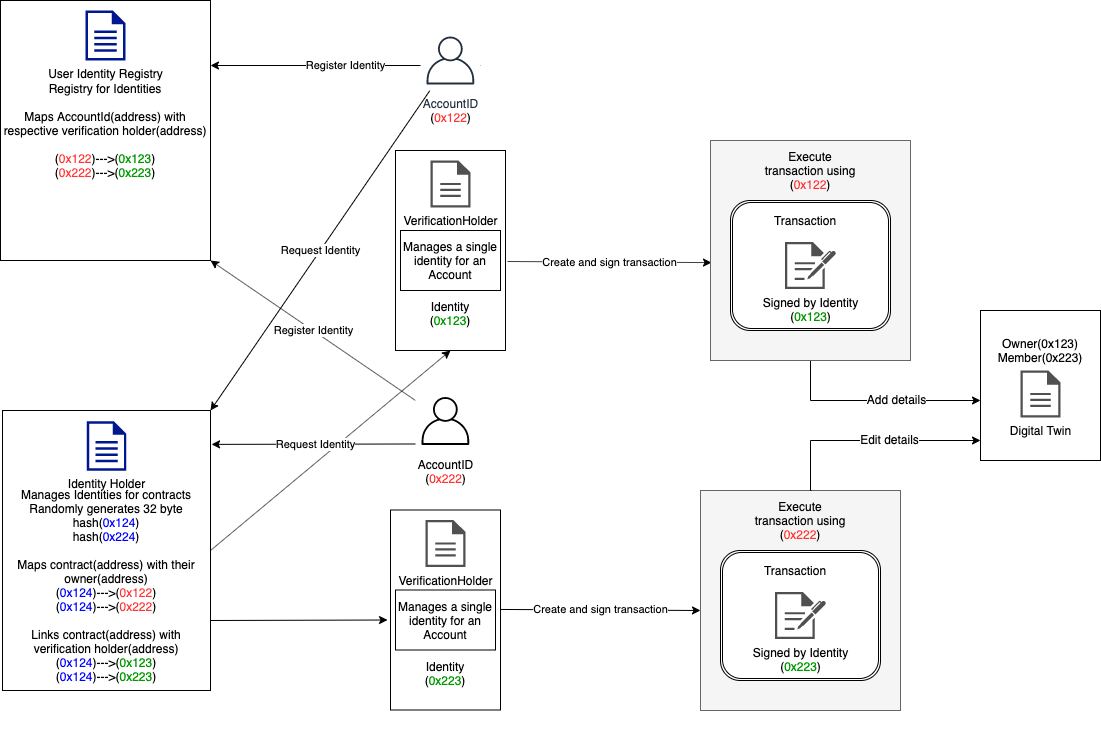
This is docs/4000_developers/4100_concepts/img/Identity_transaction_flow.png from evannetwork/evannetwork.github.io, a draw.io export, as it was before one commit. Source tidied: cells renumbered, new cells last; positions are measured from the earlier drawing's top-left corner, leaving out a move shared by most shapes.
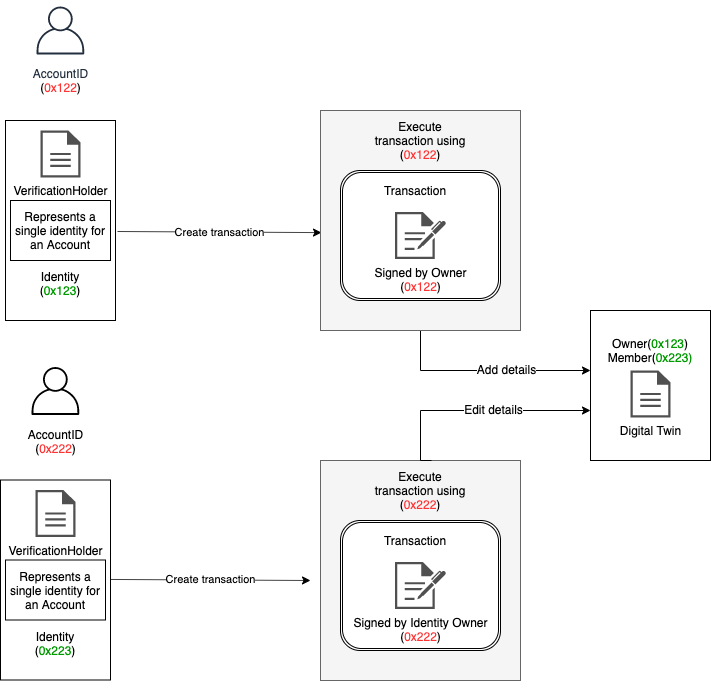
Above is the later version.

What changed in the source:
```diff
@@ -2,38 +2,9 @@
   <root>
     <mxCell id="0" />
     <mxCell id="1" parent="0" />
-    <mxCell id="2" value="Owner(0x123)&lt;br&gt;Member(0x223)&lt;br&gt;&lt;br&gt;&lt;br&gt;&lt;br&gt;&lt;br&gt;&lt;br&gt;" style="rounded=0;whiteSpace=wrap;html=1;" parent="1" vertex="1">
-      <mxGeometry x="980" y="310" width="120" height="150" as="geometry" />
+    <mxCell id="2" value="Owner(&lt;font color=&quot;#009900&quot;&gt;0x123&lt;/font&gt;)&lt;br&gt;Member(&lt;font color=&quot;#009900&quot;&gt;0x223)&lt;br&gt;&lt;/font&gt;&lt;br&gt;&lt;br&gt;&lt;br&gt;&lt;br&gt;&lt;br&gt;" style="rounded=0;whiteSpace=wrap;html=1;" parent="1" vertex="1">
+      <mxGeometry x="980" y="340" width="120" height="150" as="geometry" />
     </mxCell>
-    <mxCell id="3" style="group;" parent="1" vertex="1">
-      <mxGeometry x="2" y="410" width="208" height="280" as="geometry" />
-    </mxCell>
-    <mxCell id="4" value="&lt;br&gt;&lt;br&gt;&lt;br&gt;&lt;br&gt;&lt;br&gt;Manages Identities for contracts&lt;br&gt;Randomly generates 32 byte hash(&lt;font color=&quot;#0000ff&quot;&gt;0x124&lt;/font&gt;)&lt;br&gt;hash(&lt;font color=&quot;#0000ff&quot;&gt;0x224&lt;/font&gt;)&lt;br&gt;&lt;br&gt;Maps contract(address) with their owner(address)&lt;br&gt;(&lt;font color=&quot;#0000ff&quot;&gt;0x124&lt;/font&gt;)---&amp;gt;(&lt;font color=&quot;#ff3333&quot;&gt;0x122&lt;/font&gt;)&lt;br&gt;(&lt;font color=&quot;#0000ff&quot;&gt;0x124&lt;/font&gt;)---&amp;gt;(&lt;font color=&quot;#ff3333&quot;&gt;0x222&lt;/font&gt;)&lt;br&gt;&lt;br&gt;Links contract(address) with verification holder(address)&lt;br&gt;(&lt;font color=&quot;#0000ff&quot;&gt;0x124&lt;/font&gt;)---&amp;gt;(&lt;font color=&quot;#009900&quot;&gt;0x123&lt;/font&gt;)&lt;br&gt;(&lt;font color=&quot;#0000ff&quot;&gt;0x124&lt;/font&gt;)---&amp;gt;(&lt;font color=&quot;#009900&quot;&gt;0x223&lt;/font&gt;)" style="rounded=0;whiteSpace=wrap;html=1;" parent="3" vertex="1">
-      <mxGeometry width="208" height="280" as="geometry" />
-    </mxCell>
-    <mxCell id="5" value="Identity Holder" style="shadow=0;dashed=0;html=1;strokeColor=none;labelPosition=center;verticalLabelPosition=bottom;verticalAlign=top;align=center;fillColor=#00188D;shape=mxgraph.mscae.enterprise.document;" parent="3" vertex="1">
-      <mxGeometry x="84.2" y="10.8" width="39.6" height="49.5" as="geometry" />
-    </mxCell>
-    <mxCell id="6" style="group;" parent="1" vertex="1">
-      <mxGeometry width="210" height="260" as="geometry" />
-    </mxCell>
-    <mxCell id="7" value="Registry for Identities&lt;br&gt;&lt;br&gt;Maps AccountId(address) with respective verification holder(address)&lt;br&gt;&lt;br&gt;(&lt;font color=&quot;#ff3333&quot;&gt;0x122&lt;/font&gt;)---&amp;gt;(&lt;font color=&quot;#009900&quot;&gt;0x123&lt;/font&gt;)&lt;br&gt;(&lt;font color=&quot;#ff3333&quot;&gt;0x222&lt;/font&gt;)---&amp;gt;(&lt;font color=&quot;#009900&quot;&gt;0x223&lt;/font&gt;)" style="rounded=0;whiteSpace=wrap;html=1;" parent="6" vertex="1">
-      <mxGeometry width="210" height="260" as="geometry" />
-    </mxCell>
-    <mxCell id="8" value="User Identity Registry" style="shadow=0;dashed=0;html=1;strokeColor=none;labelPosition=center;verticalLabelPosition=bottom;verticalAlign=top;align=center;fillColor=#00188D;shape=mxgraph.mscae.enterprise.document;" parent="6" vertex="1">
-      <mxGeometry x="85" y="10" width="40" height="50" as="geometry" />
-    </mxCell>
-    <mxCell id="9" value="Request Identity" style="endArrow=classic;html=1;entryX=1;entryY=0;entryDx=0;entryDy=0;" parent="1" edge="1" source="13" target="4">
-      <mxGeometry relative="1" as="geometry" />
-    </mxCell>
-    <mxCell id="10" style="endArrow=classic;html=1;exitX=1;exitY=0.5;exitDx=0;exitDy=0;entryX=0.5;entryY=1;entryDx=0;entryDy=0;" parent="1" edge="1" source="4" target="15">
-      <mxGeometry relative="1" as="geometry" />
-    </mxCell>
-    <mxCell id="11" value="Register Identity" style="endArrow=classic;html=1;entryX=1;entryY=0.25;entryDx=0;entryDy=0;" parent="1" edge="1" target="7">
-      <mxGeometry relative="1" as="geometry">
-        <mxPoint x="480" y="65" as="sourcePoint" />
-      </mxGeometry>
-    </mxCell>
     <mxCell id="12" style="group;" parent="1" vertex="1">
       <mxGeometry x="395" y="30" width="110" height="320" as="geometry" />
     </mxCell>
@@ -49,10 +20,10 @@
     <mxCell id="16" value="VerificationHolder" style="shadow=0;dashed=0;html=1;strokeColor=none;fillColor=#505050;labelPosition=center;verticalLabelPosition=bottom;verticalAlign=top;align=center;shape=mxgraph.office.concepts.document;" parent="14" vertex="1">
       <mxGeometry x="35" y="10" width="40" height="47" as="geometry" />
     </mxCell>
-    <mxCell id="17" value="Manages a single identity for an Account" style="rounded=0;whiteSpace=wrap;html=1;" parent="14" vertex="1">
+    <mxCell id="17" value="Represents a single identity for an Account" style="rounded=0;whiteSpace=wrap;html=1;" parent="14" vertex="1">
       <mxGeometry x="5" y="80" width="100" height="60" as="geometry" />
     </mxCell>
-    <mxCell id="18" value="Create and sign transaction" style="endArrow=classic;html=1;exitX=1.018;exitY=0.555;exitDx=0;exitDy=0;exitPerimeter=0;entryX=0.005;entryY=0.555;entryDx=0;entryDy=0;entryPerimeter=0;" parent="1" edge="1" source="15" target="33">
+    <mxCell id="18" value="Create transaction" style="endArrow=classic;html=1;exitX=1.018;exitY=0.555;exitDx=0;exitDy=0;exitPerimeter=0;entryX=0.005;entryY=0.555;entryDx=0;entryDy=0;entryPerimeter=0;" parent="1" edge="1" source="15" target="33">
       <mxGeometry relative="1" as="geometry" />
     </mxCell>
     <mxCell id="19" style="edgeStyle=orthogonalEdgeStyle;rounded=0;orthogonalLoop=1;jettySize=auto;html=1;" parent="1" edge="1">
@@ -70,17 +41,8 @@
       </mxGeometry>
     </mxCell>
     <mxCell id="21" value="Digital Twin" style="shadow=0;dashed=0;html=1;strokeColor=none;fillColor=#505050;labelPosition=center;verticalLabelPosition=bottom;verticalAlign=top;align=center;shape=mxgraph.office.concepts.document;" parent="1" vertex="1">
-      <mxGeometry x="1020" y="370" width="40" height="47" as="geometry" />
+      <mxGeometry x="1020" y="400" width="40" height="47" as="geometry" />
     </mxCell>
-    <mxCell id="22" value="Register Identity" style="endArrow=classic;html=1;entryX=1;entryY=1;entryDx=0;entryDy=0;" parent="1" edge="1" source="26" target="7">
-      <mxGeometry relative="1" as="geometry" />
-    </mxCell>
-    <mxCell id="23" style="endArrow=classic;html=1;exitX=1;exitY=0.75;exitDx=0;exitDy=0;entryX=-0.027;entryY=0.55;entryDx=0;entryDy=0;entryPerimeter=0;" parent="1" edge="1" source="4" target="28">
-      <mxGeometry relative="1" as="geometry" />
-    </mxCell>
-    <mxCell id="24" value="Request Identity" style="endArrow=classic;html=1;entryX=1.005;entryY=0.121;entryDx=0;entryDy=0;entryPerimeter=0;exitX=0.05;exitY=0.883;exitDx=0;exitDy=0;exitPerimeter=0;" parent="1" edge="1" source="26" target="4">
-      <mxGeometry relative="1" as="geometry" />
-    </mxCell>
     <mxCell id="25" style="group;" parent="1" vertex="1">
       <mxGeometry x="390" y="390.5" width="110" height="319" as="geometry" />
     </mxCell>
@@ -96,7 +58,7 @@
     <mxCell id="29" value="VerificationHolder" style="shadow=0;dashed=0;html=1;strokeColor=none;fillColor=#505050;labelPosition=center;verticalLabelPosition=bottom;verticalAlign=top;align=center;shape=mxgraph.office.concepts.document;" parent="27" vertex="1">
       <mxGeometry x="35" y="10" width="40" height="47" as="geometry" />
     </mxCell>
-    <mxCell id="30" value="Manages a single identity for an Account" style="rounded=0;whiteSpace=wrap;html=1;" parent="27" vertex="1">
+    <mxCell id="30" value="Represents a single identity for an Account" style="rounded=0;whiteSpace=wrap;html=1;" parent="27" vertex="1">
       <mxGeometry x="5" y="80" width="100" height="60" as="geometry" />
     </mxCell>
     <mxCell id="31" style="group;" parent="1" vertex="1">
@@ -117,14 +79,14 @@
     <mxCell id="36" style="shape=ext;rounded=1;html=1;whiteSpace=wrap;double=1;" parent="35" vertex="1">
       <mxGeometry width="160" height="130" as="geometry" />
     </mxCell>
-    <mxCell id="37" value="Signed by Identity&lt;br&gt;(&lt;font color=&quot;#009900&quot;&gt;0x123&lt;/font&gt;)" style="shadow=0;dashed=0;html=1;strokeColor=none;fillColor=#505050;labelPosition=center;verticalLabelPosition=bottom;verticalAlign=top;align=center;shape=mxgraph.office.concepts.sign_up;" parent="35" vertex="1">
+    <mxCell id="37" value="Signed by Owner&lt;br&gt;(&lt;font color=&quot;#ff3333&quot;&gt;0x122&lt;/font&gt;)" style="shadow=0;dashed=0;html=1;strokeColor=none;fillColor=#505050;labelPosition=center;verticalLabelPosition=bottom;verticalAlign=top;align=center;shape=mxgraph.office.concepts.sign_up;" parent="35" vertex="1">
       <mxGeometry x="54.5" y="41.5" width="51" height="47" as="geometry" />
     </mxCell>
     <mxCell id="38" value="Transaction" style="text;html=1;strokeColor=none;fillColor=none;align=center;verticalAlign=middle;whiteSpace=wrap;rounded=0;" parent="35" vertex="1">
       <mxGeometry x="54.5" y="10" width="40" height="20" as="geometry" />
     </mxCell>
     <mxCell id="39" style="group;" parent="1" vertex="1">
-      <mxGeometry x="700" y="490" width="210" height="239" as="geometry" />
+      <mxGeometry x="710" y="490" width="210" height="239" as="geometry" />
     </mxCell>
     <mxCell id="40" style="group;" parent="39" vertex="1">
       <mxGeometry width="200" height="220" as="geometry" />
@@ -141,13 +103,13 @@
     <mxCell id="44" style="shape=ext;rounded=1;html=1;whiteSpace=wrap;double=1;" parent="43" vertex="1">
       <mxGeometry width="160" height="130" as="geometry" />
     </mxCell>
-    <mxCell id="45" value="Signed by Identity&lt;br&gt;(&lt;font color=&quot;#009900&quot;&gt;0x223&lt;/font&gt;)" style="shadow=0;dashed=0;html=1;strokeColor=none;fillColor=#505050;labelPosition=center;verticalLabelPosition=bottom;verticalAlign=top;align=center;shape=mxgraph.office.concepts.sign_up;" parent="43" vertex="1">
+    <mxCell id="45" value="Signed by Identity Owner&lt;br&gt;(&lt;font color=&quot;#ff3333&quot;&gt;0x222&lt;/font&gt;)" style="shadow=0;dashed=0;html=1;strokeColor=none;fillColor=#505050;labelPosition=center;verticalLabelPosition=bottom;verticalAlign=top;align=center;shape=mxgraph.office.concepts.sign_up;" parent="43" vertex="1">
       <mxGeometry x="54.5" y="41.5" width="51" height="47" as="geometry" />
     </mxCell>
     <mxCell id="46" value="Transaction" style="text;html=1;strokeColor=none;fillColor=none;align=center;verticalAlign=middle;whiteSpace=wrap;rounded=0;" parent="43" vertex="1">
       <mxGeometry x="54.5" y="10" width="40" height="20" as="geometry" />
     </mxCell>
-    <mxCell id="47" value="Create and sign transaction" style="endArrow=classic;html=1;exitX=1.018;exitY=0.555;exitDx=0;exitDy=0;exitPerimeter=0;" parent="1" edge="1">
+    <mxCell id="47" value="Create transaction" style="endArrow=classic;html=1;exitX=1.018;exitY=0.555;exitDx=0;exitDy=0;exitPerimeter=0;" parent="1" edge="1">
       <mxGeometry relative="1" as="geometry">
         <mxPoint x="500" y="609" as="sourcePoint" />
         <mxPoint x="700" y="610" as="targetPoint" />
```
